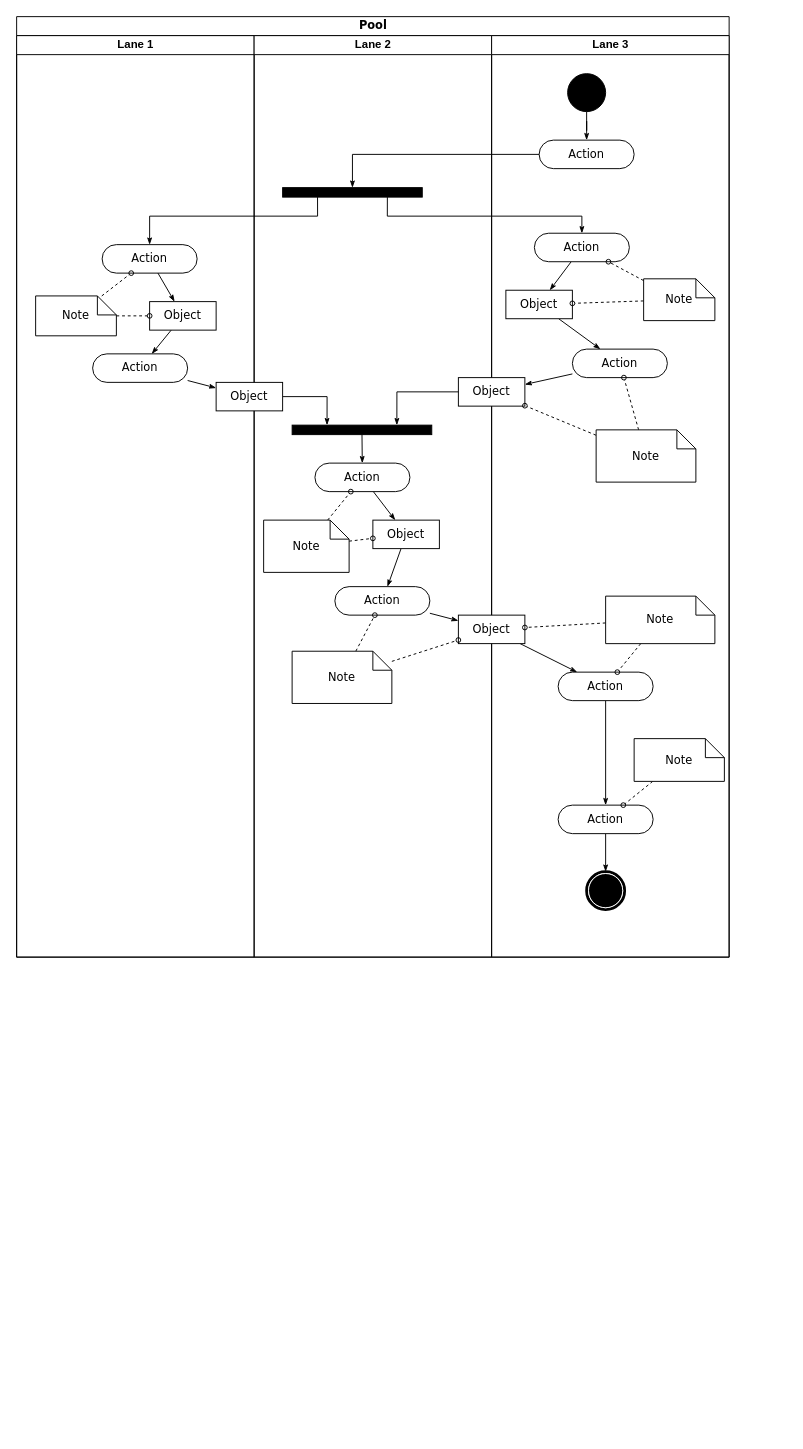
The draw.io diagram Діаграма без назви.drawio in AndriiHaidai/SmartLife, before the edit. Source tidied: cells renumbered, new cells numbered last; positions are measured from the earlier drawing's top-left corner, leaving out a move shared by most shapes. Both pictures are drawn from the tidied source at 95%, with x=0, y=0 at pixel (16, 16).
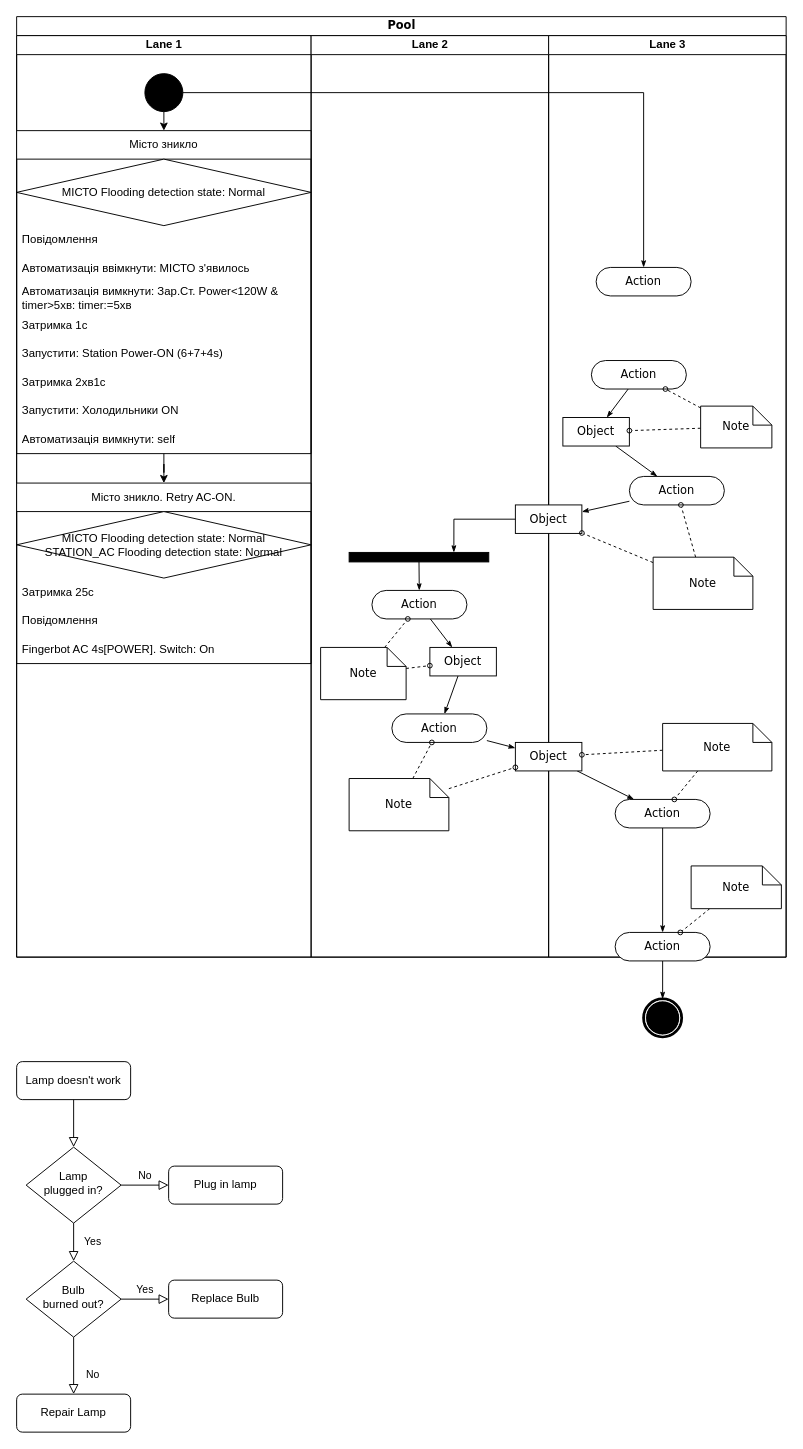
After the change.

The edit, as a diff of the source:
```diff
@@
     <mxCell id="2" value="Pool" style="swimlane;html=1;startSize=20;rounded=0;shadow=0;comic=0;labelBackgroundColor=none;strokeWidth=1;fontFamily=Verdana;fontSize=12;align=center;" parent="1" vertex="1">
-      <mxGeometry width="750" height="990" as="geometry" />
+      <mxGeometry width="810" height="990" as="geometry" />
     </mxCell>
     <mxCell id="3" value="Lane 1" style="swimlane;html=1;startSize=20;" parent="2" vertex="1">
-      <mxGeometry y="20" width="250" height="970" as="geometry" />
+      <mxGeometry y="20" width="310" height="970" as="geometry" />
     </mxCell>
-    <mxCell id="4" style="edgeStyle=none;rounded=0;html=1;labelBackgroundColor=none;startArrow=none;startFill=0;startSize=5;endArrow=classicThin;endFill=1;endSize=5;jettySize=auto;strokeWidth=1;fontFamily=Verdana;fontSize=12;" parent="3" edge="1" source="5" target="8">
-      <mxGeometry relative="1" as="geometry" />
-    </mxCell>
-    <mxCell id="5" value="Action" style="rounded=1;whiteSpace=wrap;html=1;shadow=0;comic=0;labelBackgroundColor=none;strokeWidth=1;fontFamily=Verdana;fontSize=12;align=center;arcSize=50;" parent="3" vertex="1">
-      <mxGeometry x="90" y="220" width="100" height="30" as="geometry" />
-    </mxCell>
-    <mxCell id="6" value="Action" style="rounded=1;whiteSpace=wrap;html=1;shadow=0;comic=0;labelBackgroundColor=none;strokeWidth=1;fontFamily=Verdana;fontSize=12;align=center;arcSize=50;" parent="3" vertex="1">
-      <mxGeometry x="80" y="335" width="100" height="30" as="geometry" />
-    </mxCell>
-    <mxCell id="7" style="edgeStyle=none;rounded=0;html=1;labelBackgroundColor=none;startArrow=none;startFill=0;startSize=5;endArrow=classicThin;endFill=1;endSize=5;jettySize=auto;strokeWidth=1;fontFamily=Verdana;fontSize=12;" parent="3" edge="1" source="8" target="6">
-      <mxGeometry relative="1" as="geometry" />
-    </mxCell>
-    <mxCell id="8" value="Object" style="rounded=0;whiteSpace=wrap;html=1;shadow=0;comic=0;labelBackgroundColor=none;strokeWidth=1;fontFamily=Verdana;fontSize=12;align=center;arcSize=50;" parent="3" vertex="1">
-      <mxGeometry x="140" y="280" width="70" height="30" as="geometry" />
-    </mxCell>
-    <mxCell id="9" style="edgeStyle=none;rounded=0;html=1;labelBackgroundColor=none;startArrow=none;startFill=0;startSize=5;endArrow=oval;endFill=0;endSize=5;jettySize=auto;strokeWidth=1;fontFamily=Verdana;fontSize=12;dashed=1;" parent="3" edge="1" source="11" target="5">
-      <mxGeometry relative="1" as="geometry" />
-    </mxCell>
-    <mxCell id="10" style="edgeStyle=none;rounded=0;html=1;dashed=1;labelBackgroundColor=none;startArrow=none;startFill=0;startSize=5;endArrow=oval;endFill=0;endSize=5;jettySize=auto;strokeWidth=1;fontFamily=Verdana;fontSize=12;" parent="3" edge="1" source="11" target="8">
-      <mxGeometry relative="1" as="geometry" />
-    </mxCell>
-    <mxCell id="11" value="Note" style="shape=note;whiteSpace=wrap;html=1;rounded=0;shadow=0;comic=0;labelBackgroundColor=none;strokeWidth=1;fontFamily=Verdana;fontSize=12;align=center;size=20;" parent="3" vertex="1">
-      <mxGeometry x="20" y="274" width="85" height="42" as="geometry" />
-    </mxCell>
+    <mxCell id="64" style="edgeStyle=orthogonalEdgeStyle;rounded=0;jettySize=auto;html=1;exitX=0.5;exitY=1;exitDx=0;exitDy=0;entryX=0.5;entryY=0;entryDx=0;entryDy=0;" parent="3" edge="1" source="30" target="66">
+      <mxGeometry relative="1" as="geometry" />
+    </mxCell>
+    <mxCell id="30" style="ellipse;whiteSpace=wrap;html=1;rounded=0;shadow=0;comic=0;labelBackgroundColor=none;strokeWidth=1;fillColor=#000000;fontFamily=Verdana;fontSize=12;align=center;" parent="3" vertex="1">
+      <mxGeometry x="135" y="40" width="40" height="40" as="geometry" />
+    </mxCell>
+    <mxCell id="65" style="edgeStyle=orthogonalEdgeStyle;rounded=0;jettySize=auto;html=1;exitX=0.5;exitY=1;exitDx=0;exitDy=0;" parent="3" edge="1" source="66" target="76">
+      <mxGeometry relative="1" as="geometry" />
+    </mxCell>
+    <mxCell id="66" value="Місто зникло" style="swimlane;fontStyle=0;horizontal=1;startSize=30;whiteSpace=wrap;html=1;" parent="3" vertex="1">
+      <mxGeometry y="100" width="310" height="340" as="geometry" />
+    </mxCell>
+    <mxCell id="67" value="МІСТО Flooding detection state: Normal" style="rhombus;whiteSpace=wrap;html=1;" parent="66" vertex="1">
+      <mxGeometry y="30" width="310" height="70" as="geometry" />
+    </mxCell>
+    <mxCell id="68" value="Повідомлення" style="text;strokeColor=none;fillColor=none;align=left;verticalAlign=middle;spacingLeft=4;spacingRight=4;overflow=hidden;whiteSpace=wrap;html=1;" parent="66" vertex="1">
+      <mxGeometry y="100" width="310" height="30" as="geometry" />
+    </mxCell>
+    <mxCell id="69" value="Автоматизація ввімкнути: МІСТО з'явилось" style="text;strokeColor=none;fillColor=none;align=left;verticalAlign=middle;spacingLeft=4;spacingRight=4;overflow=hidden;whiteSpace=wrap;html=1;" parent="66" vertex="1">
+      <mxGeometry y="130" width="310" height="30" as="geometry" />
+    </mxCell>
+    <mxCell id="70" value="Автоматизація вимкнути: Зар.Ст. Power&amp;lt;120W &amp;amp; timer&amp;gt;5хв: timer:=5хв" style="text;strokeColor=none;fillColor=none;align=left;verticalAlign=middle;spacingLeft=4;spacingRight=4;overflow=hidden;whiteSpace=wrap;html=1;" parent="66" vertex="1">
+      <mxGeometry y="160" width="310" height="30" as="geometry" />
+    </mxCell>
+    <mxCell id="71" value="Затримка 1с" style="text;strokeColor=none;fillColor=none;align=left;verticalAlign=middle;spacingLeft=4;spacingRight=4;overflow=hidden;whiteSpace=wrap;html=1;" parent="66" vertex="1">
+      <mxGeometry y="190" width="310" height="30" as="geometry" />
+    </mxCell>
+    <mxCell id="72" value="Запустити: Station Power-ON (6+7+4s)" style="text;strokeColor=none;fillColor=none;align=left;verticalAlign=middle;spacingLeft=4;spacingRight=4;overflow=hidden;whiteSpace=wrap;html=1;" parent="66" vertex="1">
+      <mxGeometry y="220" width="310" height="30" as="geometry" />
+    </mxCell>
+    <mxCell id="73" value="Затримка 2хв1с" style="text;strokeColor=none;fillColor=none;align=left;verticalAlign=middle;spacingLeft=4;spacingRight=4;overflow=hidden;whiteSpace=wrap;html=1;" parent="66" vertex="1">
+      <mxGeometry y="250" width="310" height="30" as="geometry" />
+    </mxCell>
+    <mxCell id="74" value="Запустити: Холодильники ON" style="text;strokeColor=none;fillColor=none;align=left;verticalAlign=middle;spacingLeft=4;spacingRight=4;overflow=hidden;whiteSpace=wrap;html=1;" parent="66" vertex="1">
+      <mxGeometry y="280" width="310" height="30" as="geometry" />
+    </mxCell>
+    <mxCell id="75" value="Автоматизація вимкнути: self" style="text;strokeColor=none;fillColor=none;align=left;verticalAlign=middle;spacingLeft=4;spacingRight=4;overflow=hidden;whiteSpace=wrap;html=1;" parent="66" vertex="1">
+      <mxGeometry y="310" width="310" height="30" as="geometry" />
+    </mxCell>
+    <mxCell id="76" value="Місто зникло. Retry AC-ON." style="swimlane;fontStyle=0;horizontal=1;startSize=30;whiteSpace=wrap;html=1;" parent="3" vertex="1">
+      <mxGeometry y="471" width="310" height="190" as="geometry" />
+    </mxCell>
+    <mxCell id="77" value="МІСТО Flooding detection state: Normal&lt;div&gt;STATION_AC Flooding detection state: Normal&lt;/div&gt;" style="rhombus;whiteSpace=wrap;html=1;" parent="76" vertex="1">
+      <mxGeometry y="30" width="310" height="70" as="geometry" />
+    </mxCell>
+    <mxCell id="78" value="Затримка 25с" style="text;strokeColor=none;fillColor=none;align=left;verticalAlign=middle;spacingLeft=4;spacingRight=4;overflow=hidden;whiteSpace=wrap;html=1;" parent="76" vertex="1">
+      <mxGeometry y="100" width="310" height="30" as="geometry" />
+    </mxCell>
+    <mxCell id="79" value="Повідомлення" style="text;strokeColor=none;fillColor=none;align=left;verticalAlign=middle;spacingLeft=4;spacingRight=4;overflow=hidden;whiteSpace=wrap;html=1;" parent="76" vertex="1">
+      <mxGeometry y="130" width="310" height="30" as="geometry" />
+    </mxCell>
+    <mxCell id="80" value="Fingerbot AC 4s[POWER]. Switch: On" style="text;strokeColor=none;fillColor=none;align=left;verticalAlign=middle;spacingLeft=4;spacingRight=4;overflow=hidden;whiteSpace=wrap;html=1;" parent="76" vertex="1">
+      <mxGeometry y="160" width="310" height="30" as="geometry" />
+    </mxCell>
     <mxCell id="12" value="Lane 2" style="swimlane;html=1;startSize=20;" parent="2" vertex="1">
-      <mxGeometry x="250" y="20" width="250" height="970" as="geometry" />
+      <mxGeometry x="310" y="20" width="250" height="970" as="geometry" />
     </mxCell>
-    <mxCell id="13" style="whiteSpace=wrap;html=1;rounded=0;shadow=0;comic=0;labelBackgroundColor=none;strokeWidth=1;fillColor=#000000;fontFamily=Verdana;fontSize=12;align=center;rotation=0;" parent="12" vertex="1">
-      <mxGeometry x="30" y="160" width="147" height="10" as="geometry" />
-    </mxCell>
@@
     <mxCell id="15" value="Action" style="rounded=1;whiteSpace=wrap;html=1;shadow=0;comic=0;labelBackgroundColor=none;strokeWidth=1;fontFamily=Verdana;fontSize=12;align=center;arcSize=50;" parent="12" vertex="1">
-      <mxGeometry x="64" y="450" width="100" height="30" as="geometry" />
+      <mxGeometry x="64" y="584" width="100" height="30" as="geometry" />
     </mxCell>
@@
     <mxCell id="17" style="whiteSpace=wrap;html=1;rounded=0;shadow=0;comic=0;labelBackgroundColor=none;strokeWidth=1;fillColor=#000000;fontFamily=Verdana;fontSize=12;align=center;rotation=0;" parent="12" vertex="1">
-      <mxGeometry x="40" y="410" width="147" height="10" as="geometry" />
+      <mxGeometry x="40" y="544" width="147" height="10" as="geometry" />
     </mxCell>
-    <mxCell id="18" style="edgeStyle=orthogonalEdgeStyle;rounded=0;html=1;entryX=0.25;entryY=0;labelBackgroundColor=none;startArrow=none;startFill=0;startSize=5;endArrow=classicThin;endFill=1;endSize=5;jettySize=auto;strokeWidth=1;fontFamily=Verdana;fontSize=12;" parent="12" edge="1" source="19" target="17">
-      <mxGeometry relative="1" as="geometry" />
-    </mxCell>
-    <mxCell id="19" value="Object" style="rounded=0;whiteSpace=wrap;html=1;shadow=0;comic=0;labelBackgroundColor=none;strokeWidth=1;fontFamily=Verdana;fontSize=12;align=center;arcSize=50;" parent="12" vertex="1">
-      <mxGeometry x="-40" y="365" width="70" height="30" as="geometry" />
-    </mxCell>
@@
     <mxCell id="21" value="Object" style="rounded=0;whiteSpace=wrap;html=1;shadow=0;comic=0;labelBackgroundColor=none;strokeWidth=1;fontFamily=Verdana;fontSize=12;align=center;arcSize=50;" parent="12" vertex="1">
-      <mxGeometry x="125" y="510" width="70" height="30" as="geometry" />
+      <mxGeometry x="125" y="644" width="70" height="30" as="geometry" />
     </mxCell>
     <mxCell id="22" value="Action" style="rounded=1;whiteSpace=wrap;html=1;shadow=0;comic=0;labelBackgroundColor=none;strokeWidth=1;fontFamily=Verdana;fontSize=12;align=center;arcSize=50;" parent="12" vertex="1">
-      <mxGeometry x="85" y="580" width="100" height="30" as="geometry" />
+      <mxGeometry x="85" y="714" width="100" height="30" as="geometry" />
     </mxCell>
@@
     <mxCell id="25" value="Note" style="shape=note;whiteSpace=wrap;html=1;rounded=0;shadow=0;comic=0;labelBackgroundColor=none;strokeWidth=1;fontFamily=Verdana;fontSize=12;align=center;size=20;" parent="12" vertex="1">
-      <mxGeometry x="10" y="510" width="90" height="55" as="geometry" />
+      <mxGeometry x="10" y="644" width="90" height="55" as="geometry" />
     </mxCell>
@@
     <mxCell id="27" value="Note" style="shape=note;whiteSpace=wrap;html=1;rounded=0;shadow=0;comic=0;labelBackgroundColor=none;strokeWidth=1;fontFamily=Verdana;fontSize=12;align=center;size=20;" parent="12" vertex="1">
-      <mxGeometry x="40" y="648" width="105" height="55" as="geometry" />
+      <mxGeometry x="40" y="782" width="105" height="55" as="geometry" />
     </mxCell>
     <mxCell id="28" value="Lane 3" style="swimlane;html=1;startSize=20;" parent="2" vertex="1">
-      <mxGeometry x="500" y="20" width="250" height="970" as="geometry" />
+      <mxGeometry x="560" y="20" width="250" height="970" as="geometry" />
     </mxCell>
-    <mxCell id="29" style="edgeStyle=orthogonalEdgeStyle;rounded=0;html=1;labelBackgroundColor=none;startArrow=none;startFill=0;startSize=5;endArrow=classicThin;endFill=1;endSize=5;jettySize=auto;strokeWidth=1;fontFamily=Verdana;fontSize=12;" parent="28" edge="1" source="30" target="31">
-      <mxGeometry relative="1" as="geometry" />
-    </mxCell>
-    <mxCell id="30" style="ellipse;whiteSpace=wrap;html=1;rounded=0;shadow=0;comic=0;labelBackgroundColor=none;strokeWidth=1;fillColor=#000000;fontFamily=Verdana;fontSize=12;align=center;" parent="28" vertex="1">
-      <mxGeometry x="80" y="40" width="40" height="40" as="geometry" />
-    </mxCell>
     <mxCell id="31" value="Action" style="rounded=1;whiteSpace=wrap;html=1;shadow=0;comic=0;labelBackgroundColor=none;strokeWidth=1;fontFamily=Verdana;fontSize=12;align=center;arcSize=50;" parent="28" vertex="1">
-      <mxGeometry x="50" y="110" width="100" height="30" as="geometry" />
+      <mxGeometry x="50" y="244" width="100" height="30" as="geometry" />
     </mxCell>
@@
     <mxCell id="33" value="Action" style="rounded=1;whiteSpace=wrap;html=1;shadow=0;comic=0;labelBackgroundColor=none;strokeWidth=1;fontFamily=Verdana;fontSize=12;align=center;arcSize=50;" parent="28" vertex="1">
-      <mxGeometry x="45" y="208" width="100" height="30" as="geometry" />
+      <mxGeometry x="45" y="342" width="100" height="30" as="geometry" />
     </mxCell>
@@
     <mxCell id="35" value="Action" style="rounded=1;whiteSpace=wrap;html=1;shadow=0;comic=0;labelBackgroundColor=none;strokeWidth=1;fontFamily=Verdana;fontSize=12;align=center;arcSize=50;" parent="28" vertex="1">
-      <mxGeometry x="85" y="330" width="100" height="30" as="geometry" />
+      <mxGeometry x="85" y="464" width="100" height="30" as="geometry" />
     </mxCell>
@@
     <mxCell id="37" value="Object" style="rounded=0;whiteSpace=wrap;html=1;shadow=0;comic=0;labelBackgroundColor=none;strokeWidth=1;fontFamily=Verdana;fontSize=12;align=center;arcSize=50;" parent="28" vertex="1">
-      <mxGeometry x="15" y="268" width="70" height="30" as="geometry" />
+      <mxGeometry x="15" y="402" width="70" height="30" as="geometry" />
     </mxCell>
     <mxCell id="38" value="Object" style="rounded=0;whiteSpace=wrap;html=1;shadow=0;comic=0;labelBackgroundColor=none;strokeWidth=1;fontFamily=Verdana;fontSize=12;align=center;arcSize=50;" parent="28" vertex="1">
-      <mxGeometry x="-35" y="360" width="70" height="30" as="geometry" />
+      <mxGeometry x="-35" y="494" width="70" height="30" as="geometry" />
     </mxCell>
@@
     <mxCell id="40" value="Object" style="rounded=0;whiteSpace=wrap;html=1;shadow=0;comic=0;labelBackgroundColor=none;strokeWidth=1;fontFamily=Verdana;fontSize=12;align=center;arcSize=50;" parent="28" vertex="1">
-      <mxGeometry x="-35" y="610" width="70" height="30" as="geometry" />
+      <mxGeometry x="-35" y="744" width="70" height="30" as="geometry" />
     </mxCell>
@@
     <mxCell id="42" value="Action" style="rounded=1;whiteSpace=wrap;html=1;shadow=0;comic=0;labelBackgroundColor=none;strokeWidth=1;fontFamily=Verdana;fontSize=12;align=center;arcSize=50;" parent="28" vertex="1">
-      <mxGeometry x="70" y="670" width="100" height="30" as="geometry" />
+      <mxGeometry x="70" y="804" width="100" height="30" as="geometry" />
     </mxCell>
@@
     <mxCell id="44" value="Action" style="rounded=1;whiteSpace=wrap;html=1;shadow=0;comic=0;labelBackgroundColor=none;strokeWidth=1;fontFamily=Verdana;fontSize=12;align=center;arcSize=50;" parent="28" vertex="1">
-      <mxGeometry x="70" y="810" width="100" height="30" as="geometry" />
+      <mxGeometry x="70" y="944" width="100" height="30" as="geometry" />
     </mxCell>
     <mxCell id="45" style="shape=mxgraph.bpmn.shape;html=1;verticalLabelPosition=bottom;labelBackgroundColor=#ffffff;verticalAlign=top;perimeter=ellipsePerimeter;outline=end;symbol=terminate;rounded=0;shadow=0;comic=0;strokeWidth=1;fontFamily=Verdana;fontSize=12;align=center;" parent="28" vertex="1">
-      <mxGeometry x="100" y="880" width="40" height="40" as="geometry" />
+      <mxGeometry x="100" y="1014" width="40" height="40" as="geometry" />
     </mxCell>
@@
     <mxCell id="48" value="Note" style="shape=note;whiteSpace=wrap;html=1;rounded=0;shadow=0;comic=0;labelBackgroundColor=none;strokeWidth=1;fontFamily=Verdana;fontSize=12;align=center;size=20;" parent="28" vertex="1">
-      <mxGeometry x="160" y="256" width="75" height="44" as="geometry" />
+      <mxGeometry x="160" y="390" width="75" height="44" as="geometry" />
     </mxCell>
@@
     <mxCell id="51" value="Note" style="shape=note;whiteSpace=wrap;html=1;rounded=0;shadow=0;comic=0;labelBackgroundColor=none;strokeWidth=1;fontFamily=Verdana;fontSize=12;align=center;size=20;" parent="28" vertex="1">
-      <mxGeometry x="110" y="415" width="105" height="55" as="geometry" />
+      <mxGeometry x="110" y="549" width="105" height="55" as="geometry" />
     </mxCell>
@@
     <mxCell id="54" value="Note" style="shape=note;whiteSpace=wrap;html=1;rounded=0;shadow=0;comic=0;labelBackgroundColor=none;strokeWidth=1;fontFamily=Verdana;fontSize=12;align=center;size=20;" parent="28" vertex="1">
-      <mxGeometry x="120" y="590" width="115" height="50" as="geometry" />
+      <mxGeometry x="120" y="724" width="115" height="50" as="geometry" />
     </mxCell>
@@
     <mxCell id="56" value="Note" style="shape=note;whiteSpace=wrap;html=1;rounded=0;shadow=0;comic=0;labelBackgroundColor=none;strokeWidth=1;fontFamily=Verdana;fontSize=12;align=center;size=20;" parent="28" vertex="1">
-      <mxGeometry x="150" y="740" width="95" height="45" as="geometry" />
+      <mxGeometry x="150" y="874" width="95" height="45" as="geometry" />
     </mxCell>
-    <mxCell id="57" style="edgeStyle=orthogonalEdgeStyle;rounded=0;html=1;entryX=0.5;entryY=0;labelBackgroundColor=none;startArrow=none;startFill=0;startSize=5;endArrow=classicThin;endFill=1;endSize=5;jettySize=auto;strokeWidth=1;fontFamily=Verdana;fontSize=12;" parent="2" edge="1" source="31" target="13">
-      <mxGeometry relative="1" as="geometry">
-        <Array as="points">
-          <mxPoint x="354" y="145" />
-        </Array>
-      </mxGeometry>
-    </mxCell>
-    <mxCell id="58" style="edgeStyle=orthogonalEdgeStyle;rounded=0;html=1;exitX=0.75;exitY=1;labelBackgroundColor=none;startArrow=none;startFill=0;startSize=5;endArrow=classicThin;endFill=1;endSize=5;jettySize=auto;strokeWidth=1;fontFamily=Verdana;fontSize=12;" parent="2" edge="1" source="13" target="33">
-      <mxGeometry relative="1" as="geometry">
-        <Array as="points">
-          <mxPoint x="390" y="210" />
-          <mxPoint x="595" y="210" />
-        </Array>
-      </mxGeometry>
-    </mxCell>
-    <mxCell id="59" style="edgeStyle=orthogonalEdgeStyle;rounded=0;html=1;exitX=0.25;exitY=1;entryX=0.5;entryY=0;labelBackgroundColor=none;startArrow=none;startFill=0;startSize=5;endArrow=classicThin;endFill=1;endSize=5;jettySize=auto;strokeWidth=1;fontFamily=Verdana;fontSize=12;" parent="2" edge="1" source="13" target="5">
-      <mxGeometry relative="1" as="geometry">
-        <Array as="points">
-          <mxPoint x="317" y="210" />
-          <mxPoint x="140" y="210" />
-        </Array>
-      </mxGeometry>
-    </mxCell>
@@
-    <mxCell id="61" style="edgeStyle=none;rounded=0;html=1;labelBackgroundColor=none;startArrow=none;startFill=0;startSize=5;endArrow=classicThin;endFill=1;endSize=5;jettySize=auto;strokeWidth=1;fontFamily=Verdana;fontSize=12;" parent="2" edge="1" source="6" target="19">
-      <mxGeometry relative="1" as="geometry" />
-    </mxCell>
@@
+    <mxCell id="29" style="edgeStyle=orthogonalEdgeStyle;rounded=0;html=1;labelBackgroundColor=none;startArrow=none;startFill=0;startSize=5;endArrow=classicThin;endFill=1;endSize=5;jettySize=auto;strokeWidth=1;fontFamily=Verdana;fontSize=12;" parent="2" edge="1" source="30" target="31">
+      <mxGeometry relative="1" as="geometry" />
+    </mxCell>
+    <mxCell id="81" style="rounded=0;html=1;jettySize=auto;fontSize=11;endArrow=block;endFill=0;endSize=8;strokeWidth=1;shadow=0;labelBackgroundColor=none;edgeStyle=orthogonalEdgeStyle;" parent="1" edge="1" source="82" target="85">
+      <mxGeometry relative="1" as="geometry" />
+    </mxCell>
+    <mxCell id="82" value="Lamp doesn't work" style="rounded=1;whiteSpace=wrap;html=1;fontSize=12;glass=0;strokeWidth=1;shadow=0;" parent="1" vertex="1">
+      <mxGeometry y="1100" width="120" height="40" as="geometry" />
+    </mxCell>
+    <mxCell id="83" value="Yes" style="rounded=0;html=1;jettySize=auto;fontSize=11;endArrow=block;endFill=0;endSize=8;strokeWidth=1;shadow=0;labelBackgroundColor=none;edgeStyle=orthogonalEdgeStyle;" parent="1" edge="1" source="85" target="89">
+      <mxGeometry y="20" relative="1" as="geometry" />
+    </mxCell>
+    <mxCell id="84" value="No" style="edgeStyle=orthogonalEdgeStyle;rounded=0;html=1;jettySize=auto;fontSize=11;endArrow=block;endFill=0;endSize=8;strokeWidth=1;shadow=0;labelBackgroundColor=none;" parent="1" edge="1" source="85" target="86">
+      <mxGeometry y="10" relative="1" as="geometry" />
+    </mxCell>
+    <mxCell id="85" value="Lamp&lt;br&gt;plugged in?" style="rhombus;whiteSpace=wrap;html=1;shadow=0;fontFamily=Helvetica;fontSize=12;align=center;strokeWidth=1;spacing=6;spacingTop=-4;" parent="1" vertex="1">
+      <mxGeometry x="10" y="1190" width="100" height="80" as="geometry" />
+    </mxCell>
+    <mxCell id="86" value="Plug in lamp" style="rounded=1;whiteSpace=wrap;html=1;fontSize=12;glass=0;strokeWidth=1;shadow=0;" parent="1" vertex="1">
+      <mxGeometry x="160" y="1210" width="120" height="40" as="geometry" />
+    </mxCell>
+    <mxCell id="87" value="No" style="rounded=0;html=1;jettySize=auto;fontSize=11;endArrow=block;endFill=0;endSize=8;strokeWidth=1;shadow=0;labelBackgroundColor=none;edgeStyle=orthogonalEdgeStyle;" parent="1" edge="1" source="89" target="90">
+      <mxGeometry x="0.33" y="20" relative="1" as="geometry" />
+    </mxCell>
+    <mxCell id="88" value="Yes" style="edgeStyle=orthogonalEdgeStyle;rounded=0;html=1;jettySize=auto;fontSize=11;endArrow=block;endFill=0;endSize=8;strokeWidth=1;shadow=0;labelBackgroundColor=none;" parent="1" edge="1" source="89" target="91">
+      <mxGeometry y="10" relative="1" as="geometry" />
+    </mxCell>
+    <mxCell id="89" value="Bulb&lt;br&gt;burned out?" style="rhombus;whiteSpace=wrap;html=1;shadow=0;fontFamily=Helvetica;fontSize=12;align=center;strokeWidth=1;spacing=6;spacingTop=-4;" parent="1" vertex="1">
+      <mxGeometry x="10" y="1310" width="100" height="80" as="geometry" />
+    </mxCell>
+    <mxCell id="90" value="Repair Lamp" style="rounded=1;whiteSpace=wrap;html=1;fontSize=12;glass=0;strokeWidth=1;shadow=0;" parent="1" vertex="1">
+      <mxGeometry y="1450" width="120" height="40" as="geometry" />
+    </mxCell>
+    <mxCell id="91" value="Replace Bulb" style="rounded=1;whiteSpace=wrap;html=1;fontSize=12;glass=0;strokeWidth=1;shadow=0;" parent="1" vertex="1">
+      <mxGeometry x="160" y="1330" width="120" height="40" as="geometry" />
+    </mxCell>
```
